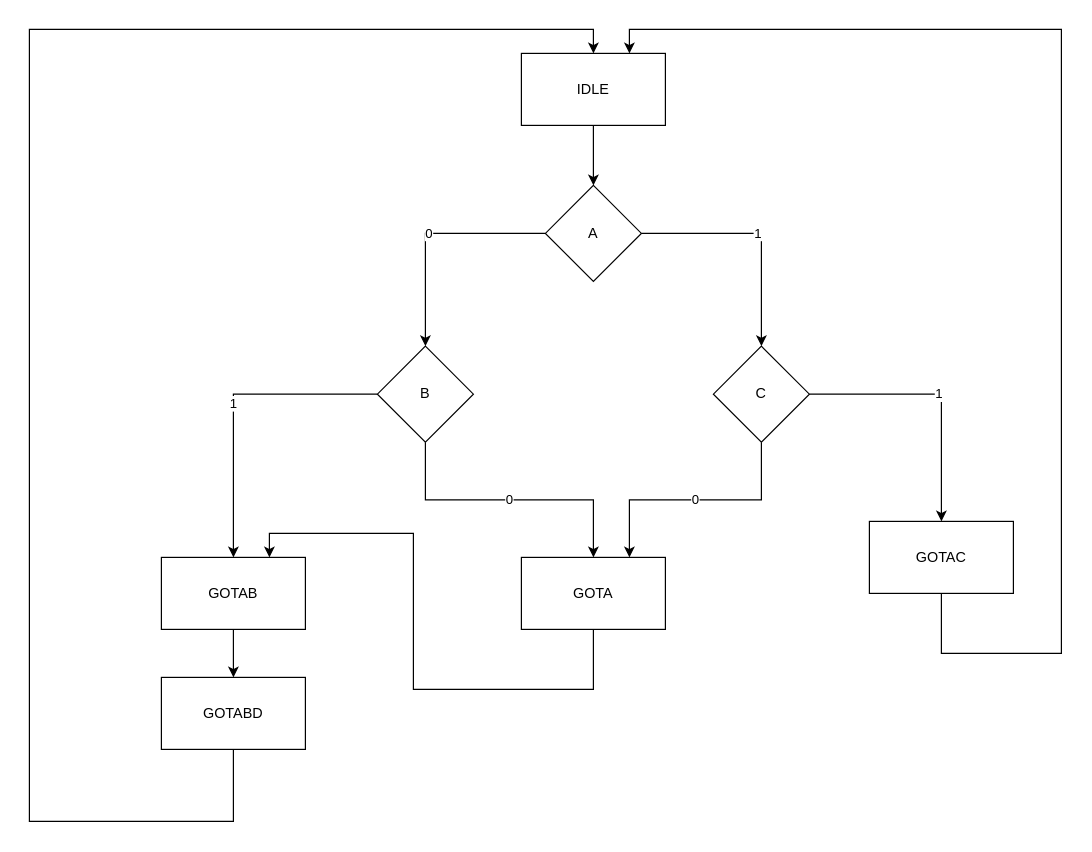
jonahfoley/FSM.io keeps this draw.io diagram as resources/test_2.drawio. Above is the earlier version. Source tidied: cells renumbered, new cells numbered last; positions are measured from the earlier drawing's top-left corner, leaving out a move shared by most shapes. Both pictures are drawn from the tidied source at 120%, with x=0, y=0 at pixel (29, 29).
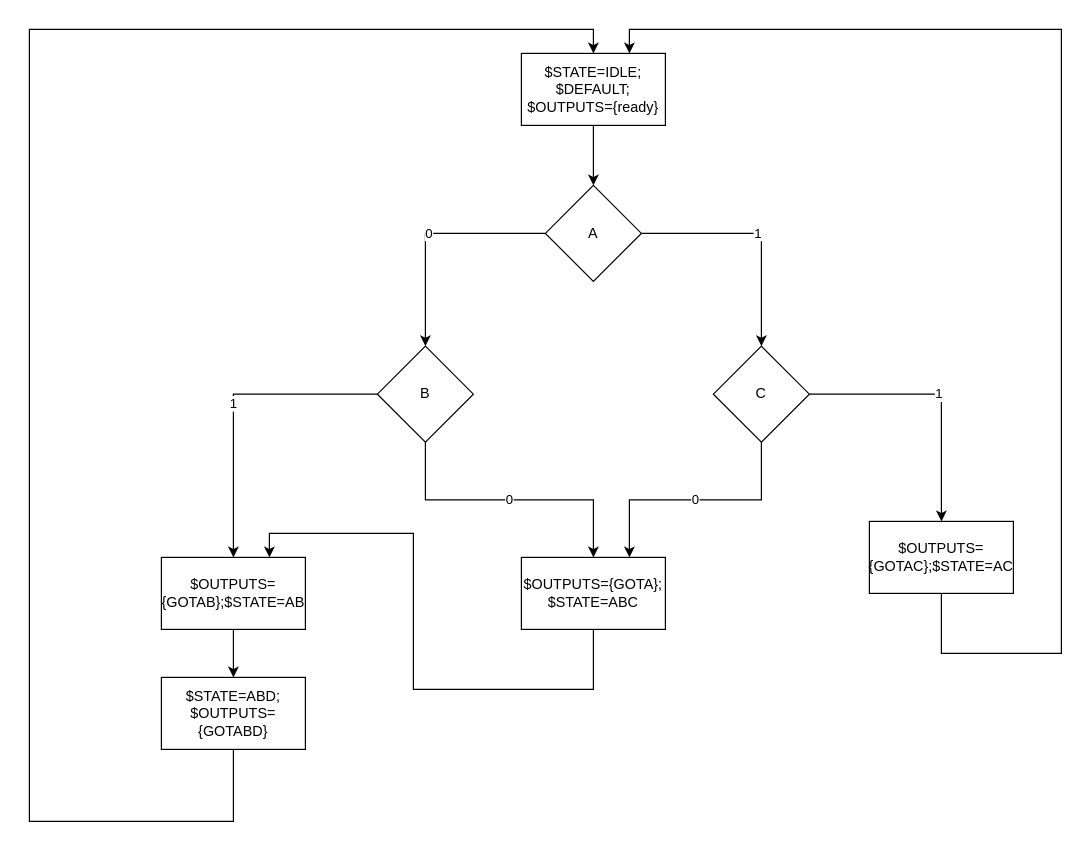
After the change.

The edit, as a diff of the source:
```diff
@@
-    <mxCell id="3" value="IDLE" style="rounded=0;whiteSpace=wrap;html=1;" parent="1" vertex="1">
+    <mxCell id="3" value="$STATE=IDLE;&lt;br&gt;$DEFAULT;&lt;br&gt;$OUTPUTS={ready}" style="rounded=0;whiteSpace=wrap;html=1;" parent="1" vertex="1">
       <mxGeometry x="410" y="20" width="120" height="60" as="geometry" />
     </mxCell>
@@
-    <mxCell id="14" value="GOTA" style="rounded=0;whiteSpace=wrap;html=1;" parent="1" vertex="1">
+    <mxCell id="14" value="$OUTPUTS={GOTA};&lt;br&gt;$STATE=ABC" style="rounded=0;whiteSpace=wrap;html=1;" parent="1" vertex="1">
       <mxGeometry x="410" y="440" width="120" height="60" as="geometry" />
     </mxCell>
@@
-    <mxCell id="16" value="GOTAB" style="rounded=0;whiteSpace=wrap;html=1;" parent="1" vertex="1">
+    <mxCell id="16" value="$OUTPUTS={GOTAB};$STATE=AB" style="rounded=0;whiteSpace=wrap;html=1;" parent="1" vertex="1">
       <mxGeometry x="110" y="440" width="120" height="60" as="geometry" />
     </mxCell>
@@
-    <mxCell id="18" value="GOTABD" style="rounded=0;whiteSpace=wrap;html=1;" parent="1" vertex="1">
+    <mxCell id="18" value="$STATE=ABD;&lt;br&gt;$OUTPUTS={GOTABD}" style="rounded=0;whiteSpace=wrap;html=1;" parent="1" vertex="1">
       <mxGeometry x="110" y="540" width="120" height="60" as="geometry" />
     </mxCell>
@@
-    <mxCell id="20" value="GOTAC" style="rounded=0;whiteSpace=wrap;html=1;" parent="1" vertex="1">
+    <mxCell id="20" value="$OUTPUTS={GOTAC};$STATE=AC" style="rounded=0;whiteSpace=wrap;html=1;" parent="1" vertex="1">
       <mxGeometry x="700" y="410" width="120" height="60" as="geometry" />
     </mxCell>
```
